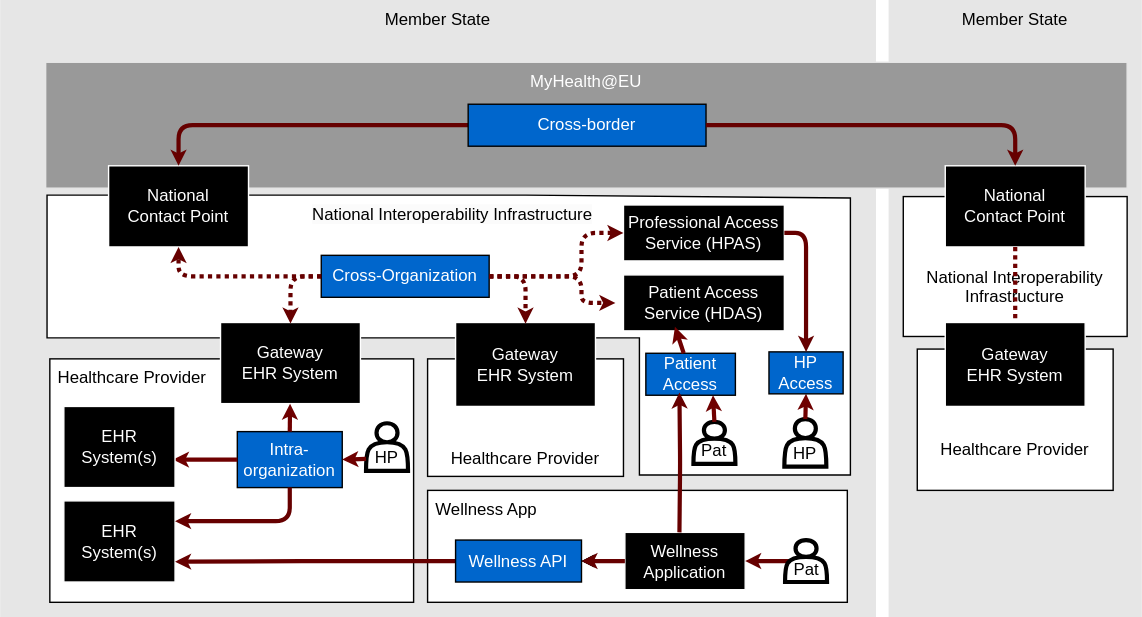
Earlier version of the draw.io export input/images/EHDS-overview.drawio.svg (bvdh/jwg-api). Source tidied: cells renumbered, new cells last; positions are measured from the earlier drawing's top-left corner, leaving out a move shared by most shapes. Its diagram source:
```xml
<mxGraphModel>
  <root>
    <mxCell id="0" />
    <mxCell id="1" parent="0" />
    <mxCell id="2" value="Member State" style="whiteSpace=wrap;html=1;fillColor=#E6E6E6;strokeColor=#E6E6E6;verticalAlign=top;" parent="1" vertex="1">
      <mxGeometry width="625" height="440" as="geometry" />
    </mxCell>
    <mxCell id="3" value="Wellness App" style="whiteSpace=wrap;html=1;verticalAlign=top;align=left;spacingLeft=4;" parent="1" vertex="1">
      <mxGeometry x="305" y="350" width="300" height="80" as="geometry" />
    </mxCell>
    <mxCell id="4" value="&lt;span style=&quot;color: rgb(0, 0, 0); font-family: Helvetica; font-size: 12px; font-style: normal; font-variant-ligatures: normal; font-variant-caps: normal; font-weight: 400; letter-spacing: normal; orphans: 2; text-align: center; text-indent: 0px; text-transform: none; widows: 2; word-spacing: 0px; -webkit-text-stroke-width: 0px; white-space: normal; background-color: rgb(251, 251, 251); text-decoration-thickness: initial; text-decoration-style: initial; text-decoration-color: initial; float: none; display: inline !important;&quot;&gt;National Interoperability Infrastructure&lt;/span&gt;" style="verticalLabelPosition=middle;verticalAlign=top;html=1;shape=mxgraph.basic.polygon;polyCoords=[[0,0],[0.59,0],[0.99,0.01],[0.99,0.76],[0.99,1],[0.73,1],[0.73,0.51],[0,0.51]];polyline=0;labelPosition=center;align=center;whiteSpace=wrap;" parent="1" vertex="1">
      <mxGeometry x="33" y="139" width="580" height="200" as="geometry" />
    </mxCell>
    <mxCell id="5" value="Member State" style="whiteSpace=wrap;html=1;fillColor=#E6E6E6;strokeColor=#E6E6E6;verticalAlign=top;" parent="1" vertex="1">
      <mxGeometry x="635" width="180" height="440" as="geometry" />
    </mxCell>
    <mxCell id="6" value="&lt;div&gt;&lt;br&gt;&lt;/div&gt;&lt;div&gt;&lt;br&gt;&lt;/div&gt;National Interoperability Infrastructure" style="whiteSpace=wrap;html=1;verticalAlign=middle;align=center;" parent="1" vertex="1">
      <mxGeometry x="645" y="140" width="160" height="100" as="geometry" />
    </mxCell>
    <mxCell id="7" value="&lt;font style=&quot;color: rgb(255, 255, 255);&quot;&gt;MyHealth@EU&lt;/font&gt;" style="whiteSpace=wrap;html=1;fillColor=#999999;strokeColor=#E6E6E6;verticalAlign=top;" parent="1" vertex="1">
      <mxGeometry x="32" y="44" width="773" height="90" as="geometry" />
    </mxCell>
    <mxCell id="8" value="Healthcare Provider" style="whiteSpace=wrap;html=1;verticalAlign=top;align=left;spacingLeft=4;" parent="1" vertex="1">
      <mxGeometry x="35" y="256" width="260" height="174" as="geometry" />
    </mxCell>
    <mxCell id="9" value="&lt;font color=&quot;#ffffff&quot;&gt;Intra-organization&lt;/font&gt;" style="whiteSpace=wrap;html=1;fillColor=#0066CC;fontColor=light-dark(#fafafa, #ededed);" parent="1" vertex="1">
      <mxGeometry x="169" y="308" width="75" height="40" as="geometry" />
    </mxCell>
    <mxCell id="10" value="&lt;font color=&quot;#ffffff&quot;&gt;Gateway&lt;/font&gt;&lt;div&gt;&lt;font color=&quot;#ffffff&quot;&gt;EHR System&lt;/font&gt;&lt;/div&gt;" style="whiteSpace=wrap;html=1;strokeColor=#FFFFFF;fillColor=#000000;verticalAlign=middle;" parent="1" vertex="1">
      <mxGeometry x="157" y="230" width="100" height="58" as="geometry" />
    </mxCell>
    <mxCell id="11" style="endArrow=classic;startArrow=none;html=1;fillColor=#a20025;strokeColor=#6F0000;strokeWidth=3;endSize=2;startSize=2;startFill=0;exitX=0;exitY=0.5;exitDx=0;exitDy=0;entryX=0.981;entryY=0.655;entryDx=0;entryDy=0;entryPerimeter=0;" parent="1" edge="1" source="9" target="35">
      <mxGeometry relative="1" as="geometry" />
    </mxCell>
    <mxCell id="12" style="edgeStyle=none;html=1;" parent="1" edge="1" source="14" target="50">
      <mxGeometry relative="1" as="geometry" />
    </mxCell>
    <mxCell id="13" style="edgeStyle=none;html=1;" parent="1" edge="1" source="14" target="50">
      <mxGeometry relative="1" as="geometry" />
    </mxCell>
    <mxCell id="14" value="&lt;font color=&quot;#ffffff&quot;&gt;Wellness&lt;/font&gt;&lt;div&gt;&lt;font color=&quot;#ffffff&quot;&gt;Application&lt;/font&gt;&lt;/div&gt;" style="whiteSpace=wrap;html=1;strokeColor=#FFFFFF;fillColor=#000000;verticalAlign=middle;" parent="1" vertex="1">
      <mxGeometry x="446" y="380" width="86" height="41" as="geometry" />
    </mxCell>
    <mxCell id="15" style="edgeStyle=orthogonalEdgeStyle;html=1;exitX=0;exitY=0.5;exitDx=0;exitDy=0;strokeColor=#660000;strokeWidth=3;endSize=2;startSize=2;dashed=1;dashPattern=1 1;entryX=0.5;entryY=0.013;entryDx=0;entryDy=0;entryPerimeter=0;" parent="1" edge="1" source="16" target="10">
      <mxGeometry relative="1" as="geometry" />
    </mxCell>
    <mxCell id="16" value="&lt;font style=&quot;color: rgb(255, 255, 255);&quot;&gt;Cross-Organization&lt;br&gt;&lt;/font&gt;" style="whiteSpace=wrap;html=1;fillColor=#0066CC;fontColor=light-dark(#fafafa, #ededed);" parent="1" vertex="1">
      <mxGeometry x="229" y="182" width="120" height="30" as="geometry" />
    </mxCell>
    <mxCell id="17" value="&lt;font color=&quot;#ffffff&quot;&gt;National&lt;/font&gt;&lt;div&gt;&lt;font color=&quot;#ffffff&quot;&gt;Contact Point&lt;/font&gt;&lt;/div&gt;" style="whiteSpace=wrap;html=1;strokeColor=#FFFFFF;fillColor=#000000;verticalAlign=middle;" parent="1" vertex="1">
      <mxGeometry x="77" y="118" width="100" height="58" as="geometry" />
    </mxCell>
    <mxCell id="18" style="edgeStyle=orthogonalEdgeStyle;html=1;exitX=0;exitY=0.5;exitDx=0;exitDy=0;entryX=0.5;entryY=0;entryDx=0;entryDy=0;strokeColor=#660000;strokeWidth=3;endSize=2;startSize=2;" parent="1" edge="1" source="20" target="17">
      <mxGeometry relative="1" as="geometry" />
    </mxCell>
    <mxCell id="19" value="&lt;font color=&quot;#ffffff&quot;&gt;National&lt;/font&gt;&lt;div&gt;&lt;font color=&quot;#ffffff&quot;&gt;Contact Point&lt;/font&gt;&lt;/div&gt;" style="whiteSpace=wrap;html=1;strokeColor=#FFFFFF;fillColor=#000000;verticalAlign=middle;" parent="1" vertex="1">
      <mxGeometry x="675" y="118" width="100" height="58" as="geometry" />
    </mxCell>
    <mxCell id="20" value="&lt;font style=&quot;color: rgb(255, 255, 255);&quot;&gt;Cross-border&lt;br&gt;&lt;/font&gt;" style="whiteSpace=wrap;html=1;fillColor=#0066CC;fontColor=light-dark(#fafafa, #ededed);" parent="1" vertex="1">
      <mxGeometry x="334" y="74" width="170" height="30" as="geometry" />
    </mxCell>
    <mxCell id="21" style="endArrow=classic;startArrow=none;html=1;fillColor=#a20025;strokeColor=#6F0000;strokeWidth=3;endSize=2;startSize=2;startFill=0;exitX=0.5;exitY=1;exitDx=0;exitDy=0;dashed=1;dashPattern=1 1;entryX=0.5;entryY=0;entryDx=0;entryDy=0;" parent="1" edge="1" source="19" target="31">
      <mxGeometry relative="1" as="geometry" />
    </mxCell>
    <mxCell id="22" value="&lt;font color=&quot;#ffffff&quot;&gt;Patient Access Service (HDAS)&lt;/font&gt;" style="whiteSpace=wrap;html=1;strokeColor=#FFFFFF;fillColor=#000000;verticalAlign=middle;" parent="1" vertex="1">
      <mxGeometry x="445" y="196" width="115" height="40" as="geometry" />
    </mxCell>
    <mxCell id="23" value="&lt;font color=&quot;#ffffff&quot;&gt;Professional Access Service (HPAS)&lt;/font&gt;" style="whiteSpace=wrap;html=1;strokeColor=#FFFFFF;fillColor=#000000;verticalAlign=middle;" parent="1" vertex="1">
      <mxGeometry x="445" y="146" width="115" height="40" as="geometry" />
    </mxCell>
    <mxCell id="24" value="&lt;div&gt;&lt;br&gt;&lt;/div&gt;&lt;div&gt;&lt;br&gt;&lt;/div&gt;&lt;div&gt;&lt;br&gt;&lt;/div&gt;&lt;div&gt;&lt;br&gt;&lt;/div&gt;Healthcare Provider" style="whiteSpace=wrap;html=1;verticalAlign=top;align=center;" parent="1" vertex="1">
      <mxGeometry x="305" y="256" width="140" height="84" as="geometry" />
    </mxCell>
    <mxCell id="25" value="&lt;font style=&quot;color: rgb(255, 255, 255);&quot;&gt;Patient&lt;/font&gt;&lt;div&gt;&lt;font style=&quot;color: rgb(255, 255, 255);&quot;&gt;Access&lt;br&gt;&lt;/font&gt;&lt;/div&gt;" style="whiteSpace=wrap;html=1;fillColor=#0066CC;fontColor=light-dark(#fafafa, #ededed);" parent="1" vertex="1">
      <mxGeometry x="461" y="252" width="64" height="30" as="geometry" />
    </mxCell>
    <mxCell id="26" style="endArrow=classic;startArrow=none;html=1;fillColor=#a20025;strokeColor=#6F0000;strokeWidth=3;endSize=2;startSize=2;startFill=0;exitX=0.5;exitY=0;exitDx=0;exitDy=0;" parent="1" edge="1" source="9" target="10">
      <mxGeometry relative="1" as="geometry" />
    </mxCell>
    <mxCell id="27" style="edgeStyle=orthogonalEdgeStyle;html=1;exitX=0;exitY=0.5;exitDx=0;exitDy=0;strokeColor=#660000;strokeWidth=3;endSize=2;startSize=2;entryX=0.5;entryY=1;entryDx=0;entryDy=0;dashed=1;dashPattern=1 1;" parent="1" edge="1" source="16" target="17">
      <mxGeometry relative="1" as="geometry" />
    </mxCell>
    <mxCell id="28" style="edgeStyle=orthogonalEdgeStyle;html=1;exitX=1;exitY=0.5;exitDx=0;exitDy=0;entryX=0;entryY=0.5;entryDx=0;entryDy=0;strokeColor=#660000;strokeWidth=3;endSize=2;startSize=2;dashed=1;dashPattern=1 1;" parent="1" edge="1" source="16" target="23">
      <mxGeometry relative="1" as="geometry">
        <Array as="points">
          <mxPoint x="415" y="197" />
          <mxPoint x="415" y="166" />
        </Array>
      </mxGeometry>
    </mxCell>
    <mxCell id="29" style="edgeStyle=orthogonalEdgeStyle;html=1;exitX=1;exitY=0.5;exitDx=0;exitDy=0;strokeColor=#660000;strokeWidth=3;endSize=2;startSize=2;entryX=-0.05;entryY=0.5;entryDx=0;entryDy=0;entryPerimeter=0;dashed=1;dashPattern=1 1;" parent="1" edge="1" source="16" target="22">
      <mxGeometry relative="1" as="geometry">
        <Array as="points">
          <mxPoint x="415" y="216" />
        </Array>
      </mxGeometry>
    </mxCell>
    <mxCell id="30" value="&lt;font color=&quot;#ffffff&quot;&gt;Gateway&lt;/font&gt;&lt;div&gt;&lt;font color=&quot;#ffffff&quot;&gt;EHR System&lt;/font&gt;&lt;/div&gt;" style="whiteSpace=wrap;html=1;strokeColor=#FFFFFF;fillColor=#000000;verticalAlign=middle;" parent="1" vertex="1">
      <mxGeometry x="325" y="230" width="100" height="60" as="geometry" />
    </mxCell>
    <mxCell id="31" value="&lt;div&gt;&lt;br&gt;&lt;/div&gt;&lt;div&gt;&lt;br&gt;&lt;/div&gt;&lt;div&gt;&lt;br&gt;&lt;/div&gt;&lt;div&gt;&lt;br&gt;&lt;/div&gt;Healthcare Provider" style="whiteSpace=wrap;html=1;verticalAlign=top;align=center;" parent="1" vertex="1">
      <mxGeometry x="655" y="249" width="140" height="101" as="geometry" />
    </mxCell>
    <mxCell id="32" value="&lt;font color=&quot;#ffffff&quot;&gt;Gateway&lt;/font&gt;&lt;div&gt;&lt;font color=&quot;#ffffff&quot;&gt;EHR System&lt;/font&gt;&lt;/div&gt;" style="whiteSpace=wrap;html=1;strokeColor=#FFFFFF;fillColor=#000000;verticalAlign=middle;" parent="1" vertex="1">
      <mxGeometry x="675" y="230" width="100" height="60" as="geometry" />
    </mxCell>
    <mxCell id="33" style="edgeStyle=orthogonalEdgeStyle;html=1;exitX=1;exitY=0.5;exitDx=0;exitDy=0;entryX=0.5;entryY=0;entryDx=0;entryDy=0;strokeColor=#660000;strokeWidth=3;endSize=2;startSize=2;" parent="1" edge="1" source="20" target="19">
      <mxGeometry relative="1" as="geometry" />
    </mxCell>
    <mxCell id="34" style="edgeStyle=orthogonalEdgeStyle;html=1;exitX=1;exitY=0.5;exitDx=0;exitDy=0;entryX=0.5;entryY=0.015;entryDx=0;entryDy=0;strokeColor=#660000;strokeWidth=3;endSize=2;startSize=2;dashed=1;dashPattern=1 1;entryPerimeter=0;" parent="1" edge="1" source="16" target="30">
      <mxGeometry relative="1" as="geometry" />
    </mxCell>
    <mxCell id="35" value="&lt;font color=&quot;#ffffff&quot;&gt;EHR System(s)&lt;/font&gt;" style="whiteSpace=wrap;html=1;strokeColor=#FFFFFF;fillColor=#000000;verticalAlign=middle;" parent="1" vertex="1">
      <mxGeometry x="45" y="290" width="79.5" height="58" as="geometry" />
    </mxCell>
    <mxCell id="36" value="&lt;font color=&quot;#ffffff&quot;&gt;EHR System(s)&lt;/font&gt;" style="whiteSpace=wrap;html=1;strokeColor=#FFFFFF;fillColor=#000000;verticalAlign=middle;" parent="1" vertex="1">
      <mxGeometry x="45" y="357.5" width="79.5" height="58" as="geometry" />
    </mxCell>
    <mxCell id="37" style="edgeStyle=orthogonalEdgeStyle;html=1;exitX=0.5;exitY=1;exitDx=0;exitDy=0;entryX=1;entryY=0.25;entryDx=0;entryDy=0;strokeColor=#660000;strokeWidth=3;endSize=2;startSize=2;" parent="1" edge="1" source="9" target="36">
      <mxGeometry relative="1" as="geometry" />
    </mxCell>
    <mxCell id="38" value="HP" style="shape=actor;whiteSpace=wrap;html=1;verticalAlign=bottom;strokeWidth=3;labelPosition=center;verticalLabelPosition=middle;align=center;" parent="1" vertex="1">
      <mxGeometry x="560" y="299" width="30" height="34" as="geometry" />
    </mxCell>
    <mxCell id="39" value="Pat" style="shape=actor;whiteSpace=wrap;html=1;verticalAlign=bottom;strokeWidth=3;labelPosition=center;verticalLabelPosition=middle;align=center;" parent="1" vertex="1">
      <mxGeometry x="495" y="301" width="30" height="30" as="geometry" />
    </mxCell>
    <mxCell id="40" style="endArrow=classic;html=1;entryX=0.5;entryY=1;entryDx=0;entryDy=0;exitX=0.5;exitY=0;exitDx=0;exitDy=0;fillColor=#a20025;strokeColor=#6F0000;strokeWidth=3;endSize=2;startSize=2;" parent="1" edge="1" source="38" target="47">
      <mxGeometry relative="1" as="geometry" />
    </mxCell>
    <mxCell id="41" style="endArrow=classic;html=1;entryX=0.75;entryY=1;entryDx=0;entryDy=0;exitX=0.5;exitY=0;exitDx=0;exitDy=0;fillColor=#a20025;strokeColor=#6F0000;strokeWidth=3;endSize=2;startSize=2;" parent="1" edge="1" source="39" target="25">
      <mxGeometry relative="1" as="geometry" />
    </mxCell>
    <mxCell id="42" value="HP" style="shape=actor;whiteSpace=wrap;html=1;verticalAlign=bottom;strokeWidth=3;labelPosition=center;verticalLabelPosition=middle;align=center;" parent="1" vertex="1">
      <mxGeometry x="261" y="302" width="30" height="34" as="geometry" />
    </mxCell>
    <mxCell id="43" style="endArrow=classic;html=1;entryX=1;entryY=0.5;entryDx=0;entryDy=0;fillColor=#a20025;strokeColor=#6F0000;strokeWidth=3;endSize=2;startSize=2;exitX=0;exitY=0.75;exitDx=0;exitDy=0;" parent="1" edge="1" source="42" target="9">
      <mxGeometry relative="1" as="geometry" />
    </mxCell>
    <mxCell id="44" style="edgeStyle=orthogonalEdgeStyle;html=1;exitX=0.1;exitY=0.5;exitDx=0;exitDy=0;entryX=1;entryY=0.5;entryDx=0;entryDy=0;strokeColor=#660000;strokeWidth=3;endSize=2;startSize=2;exitPerimeter=0;" parent="1" edge="1" source="52" target="14">
      <mxGeometry relative="1" as="geometry" />
    </mxCell>
    <mxCell id="45" style="endArrow=classic;startArrow=none;html=1;fillColor=#a20025;strokeColor=#6F0000;strokeWidth=3;endSize=2;startSize=2;startFill=0;entryX=0.32;entryY=0.925;entryDx=0;entryDy=0;entryPerimeter=0;" parent="1" edge="1" source="25" target="22">
      <mxGeometry relative="1" as="geometry" />
    </mxCell>
    <mxCell id="46" style="edgeStyle=orthogonalEdgeStyle;html=1;exitX=0;exitY=0.5;exitDx=0;exitDy=0;entryX=1;entryY=0.75;entryDx=0;entryDy=0;strokeColor=#660000;strokeWidth=3;endSize=2;startSize=2;" parent="1" edge="1" source="50" target="36">
      <mxGeometry relative="1" as="geometry" />
    </mxCell>
    <mxCell id="47" value="&lt;div&gt;&lt;font style=&quot;color: rgb(255, 255, 255);&quot;&gt;HP&lt;/font&gt;&lt;/div&gt;&lt;div&gt;&lt;font style=&quot;color: rgb(255, 255, 255);&quot;&gt;Access&lt;/font&gt;&lt;/div&gt;" style="whiteSpace=wrap;html=1;fillColor=#0066CC;fontColor=light-dark(#fafafa, #ededed);" parent="1" vertex="1">
      <mxGeometry x="549" y="251" width="53" height="30" as="geometry" />
    </mxCell>
    <mxCell id="48" style="edgeStyle=orthogonalEdgeStyle;html=1;exitX=1;exitY=0.5;exitDx=0;exitDy=0;entryX=0.5;entryY=0;entryDx=0;entryDy=0;strokeColor=#660000;strokeWidth=3;endSize=2;startSize=2;" parent="1" edge="1" source="23" target="47">
      <mxGeometry relative="1" as="geometry" />
    </mxCell>
    <mxCell id="49" style="edgeStyle=orthogonalEdgeStyle;html=1;exitX=0;exitY=0.5;exitDx=0;exitDy=0;entryX=1;entryY=0.5;entryDx=0;entryDy=0;strokeColor=#660000;strokeWidth=3;endSize=2;startSize=2;" parent="1" edge="1" source="14" target="50">
      <mxGeometry relative="1" as="geometry" />
    </mxCell>
    <mxCell id="50" value="&lt;font style=&quot;color: rgb(255, 255, 255);&quot;&gt;Wellness API&lt;br&gt;&lt;/font&gt;" style="whiteSpace=wrap;html=1;fillColor=#0066CC;fontColor=light-dark(#fafafa, #ededed);" parent="1" vertex="1">
      <mxGeometry x="325" y="385.5" width="90" height="30" as="geometry" />
    </mxCell>
    <mxCell id="51" style="edgeStyle=orthogonalEdgeStyle;html=1;entryX=0.375;entryY=0.933;entryDx=0;entryDy=0;strokeColor=#660000;strokeWidth=3;endSize=2;startSize=2;entryPerimeter=0;" parent="1" edge="1" target="25">
      <mxGeometry relative="1" as="geometry">
        <mxPoint x="485" y="380" as="sourcePoint" />
      </mxGeometry>
    </mxCell>
    <mxCell id="52" value="Pat" style="shape=actor;whiteSpace=wrap;html=1;verticalAlign=bottom;strokeWidth=3;labelPosition=center;verticalLabelPosition=middle;align=center;" parent="1" vertex="1">
      <mxGeometry x="560.5" y="385.5" width="30" height="30" as="geometry" />
    </mxCell>
  </root>
</mxGraphModel>
```
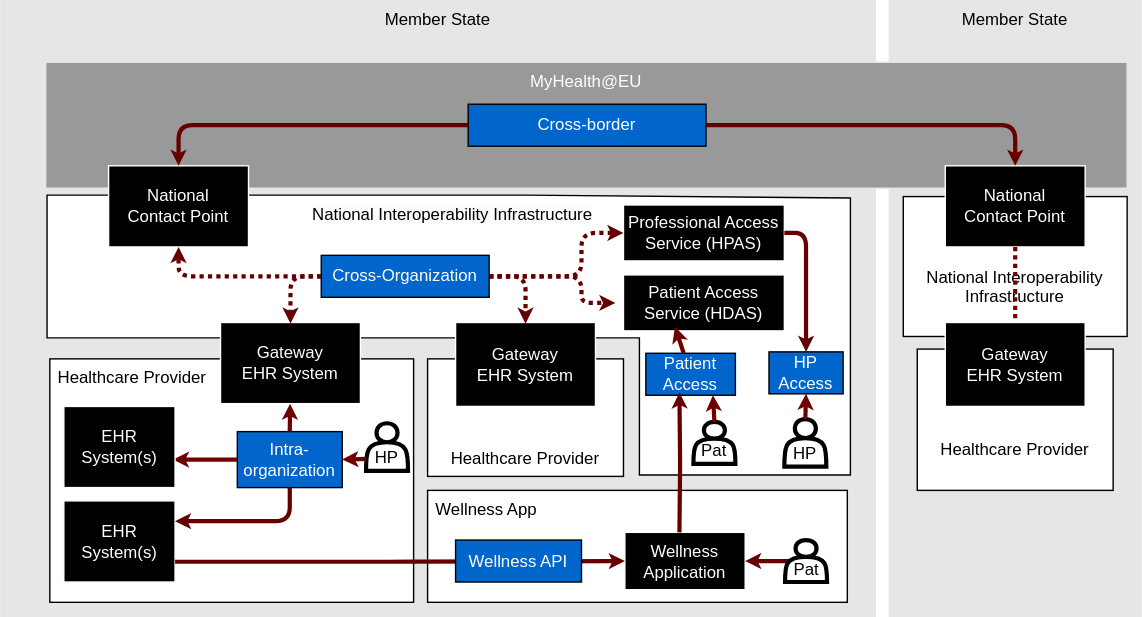
Later version of the same file.

Commit message:
Refactor EHDS overview SVG: Remove redundant path elements and update stroke properties for clarity

Diff of the diagram source:
```diff
@@ -32,12 +32,6 @@
     <mxCell id="11" style="endArrow=classic;startArrow=none;html=1;fillColor=#a20025;strokeColor=#6F0000;strokeWidth=3;endSize=2;startSize=2;startFill=0;exitX=0;exitY=0.5;exitDx=0;exitDy=0;entryX=0.981;entryY=0.655;entryDx=0;entryDy=0;entryPerimeter=0;" parent="1" edge="1" source="9" target="35">
       <mxGeometry relative="1" as="geometry" />
     </mxCell>
-    <mxCell id="12" style="edgeStyle=none;html=1;" parent="1" edge="1" source="14" target="50">
-      <mxGeometry relative="1" as="geometry" />
-    </mxCell>
-    <mxCell id="13" style="edgeStyle=none;html=1;" parent="1" edge="1" source="14" target="50">
-      <mxGeometry relative="1" as="geometry" />
-    </mxCell>
     <mxCell id="14" value="&lt;font color=&quot;#ffffff&quot;&gt;Wellness&lt;/font&gt;&lt;div&gt;&lt;font color=&quot;#ffffff&quot;&gt;Application&lt;/font&gt;&lt;/div&gt;" style="whiteSpace=wrap;html=1;strokeColor=#FFFFFF;fillColor=#000000;verticalAlign=middle;" parent="1" vertex="1">
       <mxGeometry x="446" y="380" width="86" height="41" as="geometry" />
     </mxCell>
@@ -143,7 +137,7 @@
     <mxCell id="45" style="endArrow=classic;startArrow=none;html=1;fillColor=#a20025;strokeColor=#6F0000;strokeWidth=3;endSize=2;startSize=2;startFill=0;entryX=0.32;entryY=0.925;entryDx=0;entryDy=0;entryPerimeter=0;" parent="1" edge="1" source="25" target="22">
       <mxGeometry relative="1" as="geometry" />
     </mxCell>
-    <mxCell id="46" style="edgeStyle=orthogonalEdgeStyle;html=1;exitX=0;exitY=0.5;exitDx=0;exitDy=0;entryX=1;entryY=0.75;entryDx=0;entryDy=0;strokeColor=#660000;strokeWidth=3;endSize=2;startSize=2;" parent="1" edge="1" source="50" target="36">
+    <mxCell id="46" style="edgeStyle=orthogonalEdgeStyle;html=1;exitX=1;exitY=0.75;exitDx=0;exitDy=0;strokeColor=#660000;strokeWidth=3;endSize=2;startSize=2;" parent="1" edge="1" source="36" target="14">
       <mxGeometry relative="1" as="geometry" />
     </mxCell>
     <mxCell id="47" value="&lt;div&gt;&lt;font style=&quot;color: rgb(255, 255, 255);&quot;&gt;HP&lt;/font&gt;&lt;/div&gt;&lt;div&gt;&lt;font style=&quot;color: rgb(255, 255, 255);&quot;&gt;Access&lt;/font&gt;&lt;/div&gt;" style="whiteSpace=wrap;html=1;fillColor=#0066CC;fontColor=light-dark(#fafafa, #ededed);" parent="1" vertex="1">
@@ -152,9 +146,6 @@
     <mxCell id="48" style="edgeStyle=orthogonalEdgeStyle;html=1;exitX=1;exitY=0.5;exitDx=0;exitDy=0;entryX=0.5;entryY=0;entryDx=0;entryDy=0;strokeColor=#660000;strokeWidth=3;endSize=2;startSize=2;" parent="1" edge="1" source="23" target="47">
       <mxGeometry relative="1" as="geometry" />
     </mxCell>
-    <mxCell id="49" style="edgeStyle=orthogonalEdgeStyle;html=1;exitX=0;exitY=0.5;exitDx=0;exitDy=0;entryX=1;entryY=0.5;entryDx=0;entryDy=0;strokeColor=#660000;strokeWidth=3;endSize=2;startSize=2;" parent="1" edge="1" source="14" target="50">
-      <mxGeometry relative="1" as="geometry" />
-    </mxCell>
     <mxCell id="50" value="&lt;font style=&quot;color: rgb(255, 255, 255);&quot;&gt;Wellness API&lt;br&gt;&lt;/font&gt;" style="whiteSpace=wrap;html=1;fillColor=#0066CC;fontColor=light-dark(#fafafa, #ededed);" parent="1" vertex="1">
       <mxGeometry x="325" y="385.5" width="90" height="30" as="geometry" />
     </mxCell>
```
